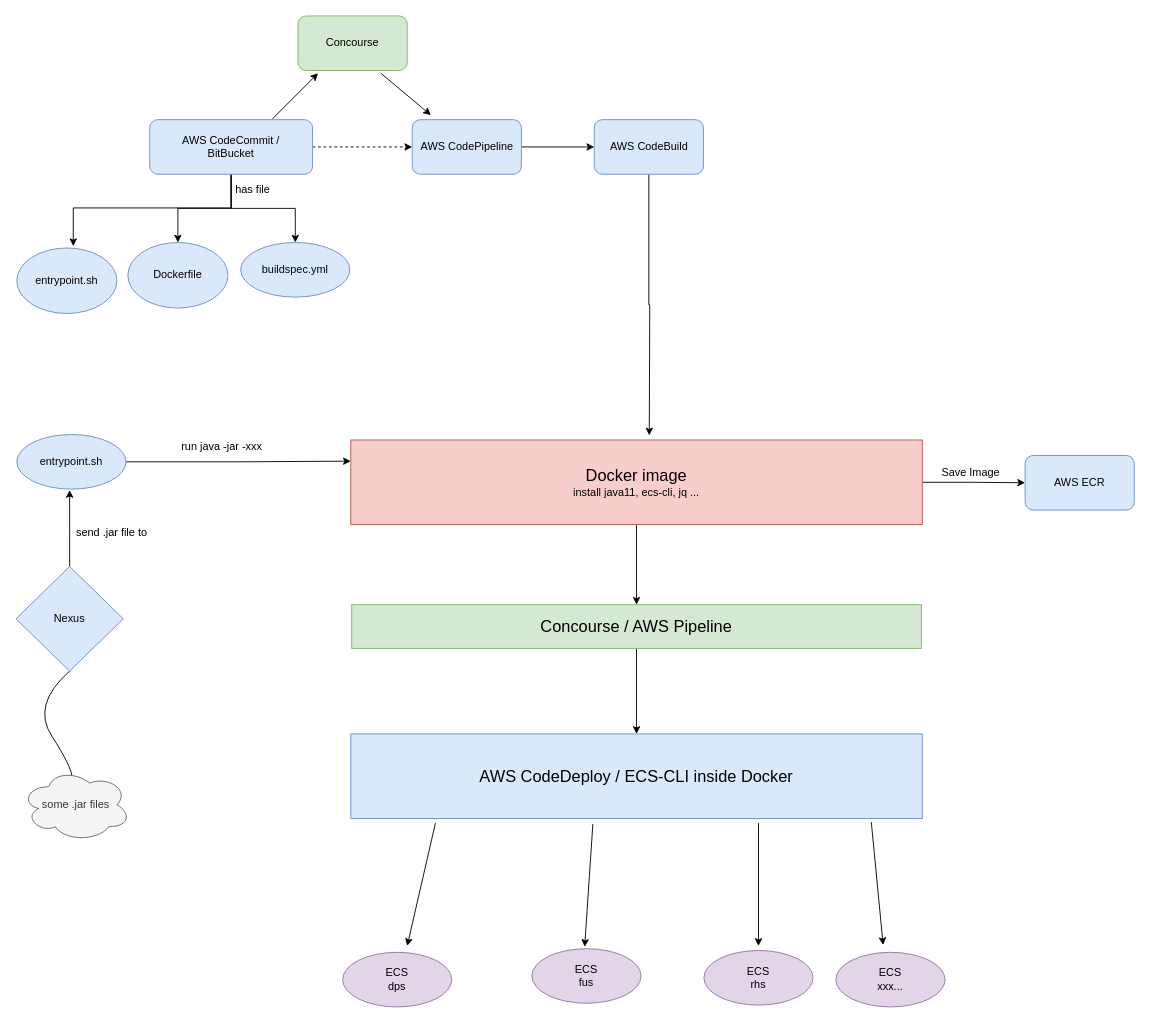
Earlier version of the draw.io diagram Untitled Diagram.drawio (94yifanwu/draw). Source tidied: cells renumbered, new cells numbered last; positions are measured from the earlier drawing's top-left corner, leaving out a move shared by most shapes. Both pictures are drawn from the tidied source at 91%, with x=0, y=0 at pixel (15, 15).
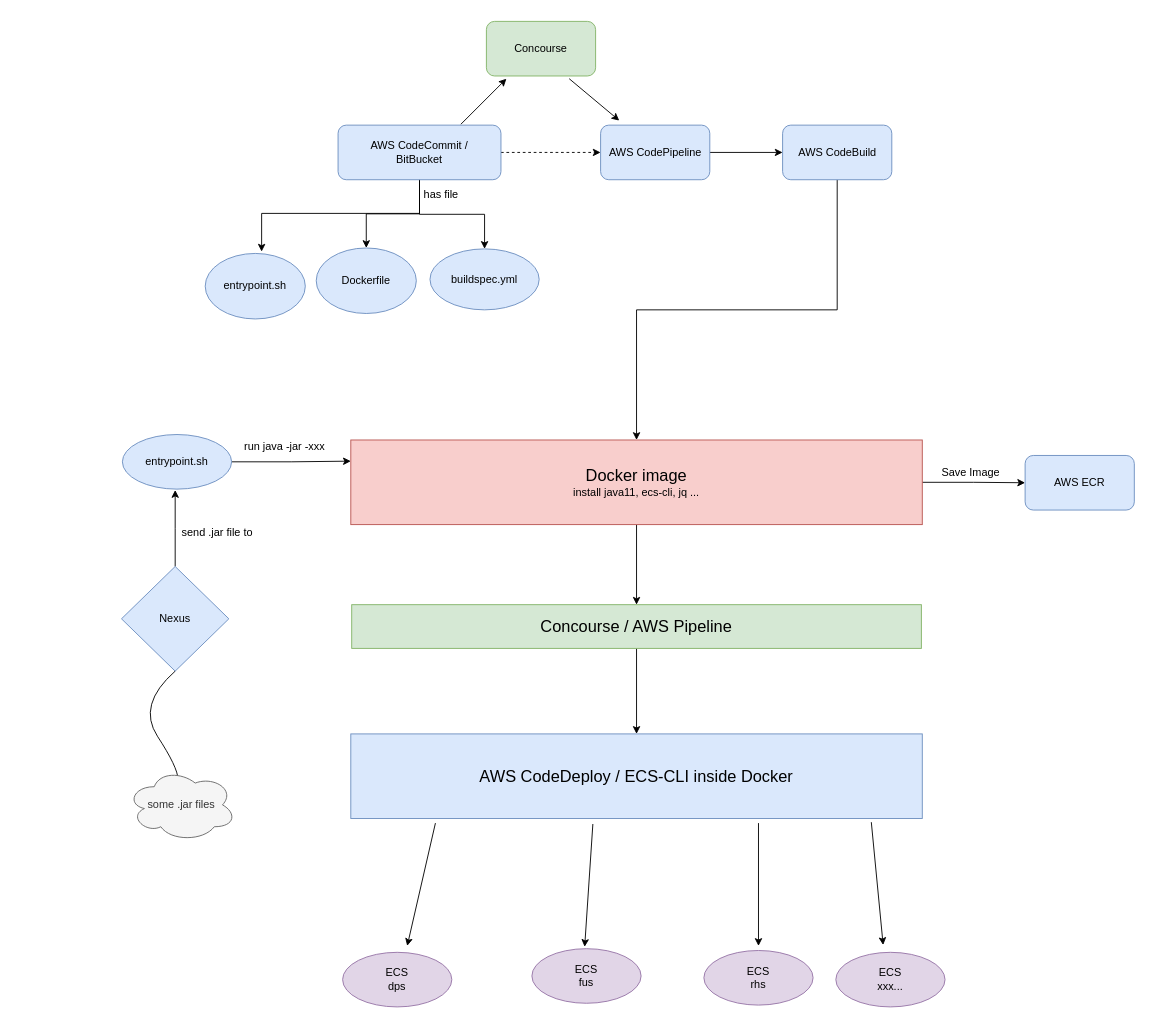
Above is the later version.

The change refers to these unchanged cells:
```xml
<mxCell id="4" value="&lt;font style=&quot;font-size: 18px&quot;&gt;Docker image&lt;br&gt;&lt;/font&gt;install java11, ecs-cli, jq ..." style="rounded=0;whiteSpace=wrap;html=1;fillColor=#f8cecc;strokeColor=#b85450;" parent="1" vertex="1">
  <mxGeometry x="368" y="466" width="628" height="93" as="geometry" />
</mxCell>
```

Diff of the diagram source:
```diff
@@
     <mxCell id="9" style="edgeStyle=orthogonalEdgeStyle;rounded=0;jettySize=auto;html=1;" parent="1" edge="1" source="10">
       <mxGeometry relative="1" as="geometry">
-        <mxPoint x="59" y="521" as="targetPoint" />
+        <mxPoint x="175" y="521" as="targetPoint" />
       </mxGeometry>
     </mxCell>
     <mxCell id="10" value="Nexus" style="rhombus;whiteSpace=wrap;html=1;fillColor=#dae8fc;strokeColor=#6c8ebf;" parent="1" vertex="1">
-      <mxGeometry y="605" width="118" height="115" as="geometry" />
+      <mxGeometry x="116" y="605" width="118" height="115" as="geometry" />
     </mxCell>
@@
     <mxCell id="14" style="edgeStyle=orthogonalEdgeStyle;rounded=0;jettySize=auto;html=1;" parent="1" edge="1" source="15">
       <mxGeometry relative="1" as="geometry">
-        <mxPoint x="63" y="253" as="targetPoint" />
+        <mxPoint x="270" y="259" as="targetPoint" />
         <Array as="points">
-          <mxPoint x="237" y="211" />
-          <mxPoint x="63" y="211" />
+          <mxPoint x="444" y="217" />
+          <mxPoint x="270" y="217" />
         </Array>
       </mxGeometry>
     </mxCell>
     <mxCell id="15" value="AWS CodeCommit /&lt;br&gt;BitBucket" style="rounded=1;whiteSpace=wrap;html=1;fillColor=#dae8fc;strokeColor=#6c8ebf;" parent="1" vertex="1">
-      <mxGeometry x="147" y="114" width="179" height="60" as="geometry" />
+      <mxGeometry x="354" y="120" width="179" height="60" as="geometry" />
     </mxCell>
     <mxCell id="16" value="Dockerfile" style="ellipse;whiteSpace=wrap;html=1;rounded=1;strokeColor=#6c8ebf;fillColor=#dae8fc;" parent="1" vertex="1">
-      <mxGeometry x="123" y="249" width="110" height="72" as="geometry" />
+      <mxGeometry x="330" y="255" width="110" height="72" as="geometry" />
     </mxCell>
     <mxCell id="17" value="has file" style="text;html=1;align=center;verticalAlign=middle;strokeColor=none;fillColor=none;" parent="1" vertex="1">
-      <mxGeometry x="236" y="182" width="48" height="18" as="geometry" />
+      <mxGeometry x="443" y="188" width="48" height="18" as="geometry" />
     </mxCell>
     <mxCell id="18" value="buildspec.yml" style="ellipse;whiteSpace=wrap;html=1;rounded=1;strokeColor=#6c8ebf;fillColor=#dae8fc;" parent="1" vertex="1">
-      <mxGeometry x="247" y="249" width="120" height="60" as="geometry" />
+      <mxGeometry x="455" y="256" width="120" height="67" as="geometry" />
     </mxCell>
@@
     <mxCell id="20" value="entrypoint.sh" style="ellipse;whiteSpace=wrap;html=1;rounded=1;strokeColor=#6c8ebf;fillColor=#dae8fc;" parent="1" vertex="1">
-      <mxGeometry x="1" y="460" width="120" height="60" as="geometry" />
+      <mxGeometry x="117" y="460" width="120" height="60" as="geometry" />
     </mxCell>
     <mxCell id="21" value="run java -jar -xxx" style="text;html=1;align=center;verticalAlign=middle;strokeColor=none;fillColor=none;" parent="1" vertex="1">
-      <mxGeometry x="176" y="465" width="99" height="18" as="geometry" />
+      <mxGeometry x="245" y="465" width="99" height="18" as="geometry" />
     </mxCell>
     <mxCell id="22" value="send .jar file to" style="text;html=1;align=center;verticalAlign=middle;strokeColor=none;fillColor=none;" parent="1" vertex="1">
-      <mxGeometry x="61" y="559" width="88" height="18" as="geometry" />
+      <mxGeometry x="177" y="559" width="88" height="18" as="geometry" />
     </mxCell>
     <mxCell id="23" style="curved=1;endArrow=classic;html=1;exitX=0.5;exitY=1;exitDx=0;exitDy=0;" parent="1" edge="1" source="10">
       <mxGeometry relative="1" as="geometry">
-        <mxPoint x="62" y="845" as="targetPoint" />
+        <mxPoint x="178" y="845" as="targetPoint" />
         <Array as="points">
-          <mxPoint x="17" y="757" />
-          <mxPoint x="62" y="826" />
+          <mxPoint x="133" y="757" />
+          <mxPoint x="178" y="826" />
         </Array>
       </mxGeometry>
     </mxCell>
     <mxCell id="24" value="some .jar files" style="ellipse;shape=cloud;whiteSpace=wrap;html=1;fillColor=#f5f5f5;strokeColor=#666666;fontColor=#333333;" parent="1" vertex="1">
-      <mxGeometry x="6" y="827" width="120" height="80" as="geometry" />
+      <mxGeometry x="122" y="827" width="120" height="80" as="geometry" />
     </mxCell>
@@
     <mxCell id="26" value="AWS CodePipeline" style="whiteSpace=wrap;html=1;rounded=1;strokeColor=#6c8ebf;fillColor=#dae8fc;" parent="1" vertex="1">
-      <mxGeometry x="435.5" y="114" width="120" height="60" as="geometry" />
+      <mxGeometry x="642.5" y="120" width="120" height="60" as="geometry" />
     </mxCell>
-    <mxCell id="27" style="edgeStyle=orthogonalEdgeStyle;rounded=0;jettySize=auto;html=1;" parent="1" edge="1" source="28">
-      <mxGeometry relative="1" as="geometry">
-        <mxPoint x="696" y="461" as="targetPoint" />
-      </mxGeometry>
-    </mxCell>
+    <mxCell id="42" style="edgeStyle=orthogonalEdgeStyle;rounded=0;jettySize=auto;html=1;" parent="1" edge="1" source="28" target="4">
+      <mxGeometry relative="1" as="geometry" />
+    </mxCell>
     <mxCell id="28" value="AWS CodeBuild" style="whiteSpace=wrap;html=1;rounded=1;strokeColor=#6c8ebf;fillColor=#dae8fc;" parent="1" vertex="1">
-      <mxGeometry x="635.5" y="114" width="120" height="60" as="geometry" />
+      <mxGeometry x="842.5" y="120" width="120" height="60" as="geometry" />
     </mxCell>
@@
     <mxCell id="35" value="entrypoint.sh" style="ellipse;whiteSpace=wrap;html=1;rounded=1;strokeColor=#6c8ebf;fillColor=#dae8fc;" parent="1" vertex="1">
-      <mxGeometry x="1" y="255" width="110" height="72" as="geometry" />
+      <mxGeometry x="208" y="261" width="110" height="72" as="geometry" />
     </mxCell>
     <mxCell id="36" style="endArrow=classic;html=1;" parent="1" edge="1">
       <mxGeometry relative="1" as="geometry">
-        <mxPoint x="282" y="113" as="sourcePoint" />
-        <mxPoint x="332" y="63" as="targetPoint" />
+        <mxPoint x="489" y="119" as="sourcePoint" />
+        <mxPoint x="539" y="69" as="targetPoint" />
       </mxGeometry>
     </mxCell>
     <mxCell id="37" value="Concourse" style="rounded=1;whiteSpace=wrap;html=1;fillColor=#d5e8d4;strokeColor=#82b366;" parent="1" vertex="1">
-      <mxGeometry x="310" width="120" height="60" as="geometry" />
+      <mxGeometry x="517" y="6" width="120" height="60" as="geometry" />
     </mxCell>
     <mxCell id="38" style="endArrow=classic;html=1;" parent="1" edge="1">
       <mxGeometry relative="1" as="geometry">
-        <mxPoint x="401" y="63" as="sourcePoint" />
-        <mxPoint x="456" y="109" as="targetPoint" />
+        <mxPoint x="608" y="69" as="sourcePoint" />
+        <mxPoint x="663" y="115" as="targetPoint" />
       </mxGeometry>
     </mxCell>
```
